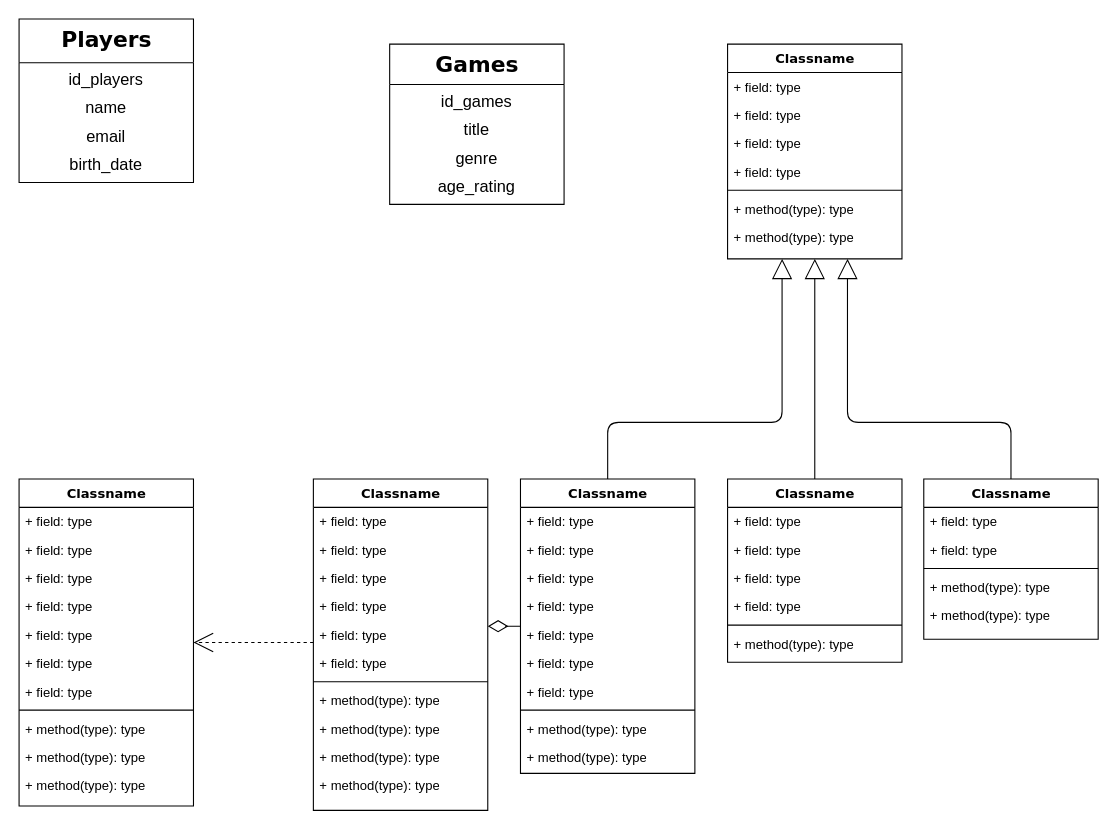
Above: Diagramme sans nom.drawio in dolobe/Gestion-d-un-Espace-de-Gaming (draw.io), before the change. Source tidied: cells renumbered, new cells numbered last; positions are measured from the earlier drawing's top-left corner, leaving out a move shared by most shapes. Both pictures are drawn from the tidied source at 109%, with x=0, y=0 at pixel (19, 19).
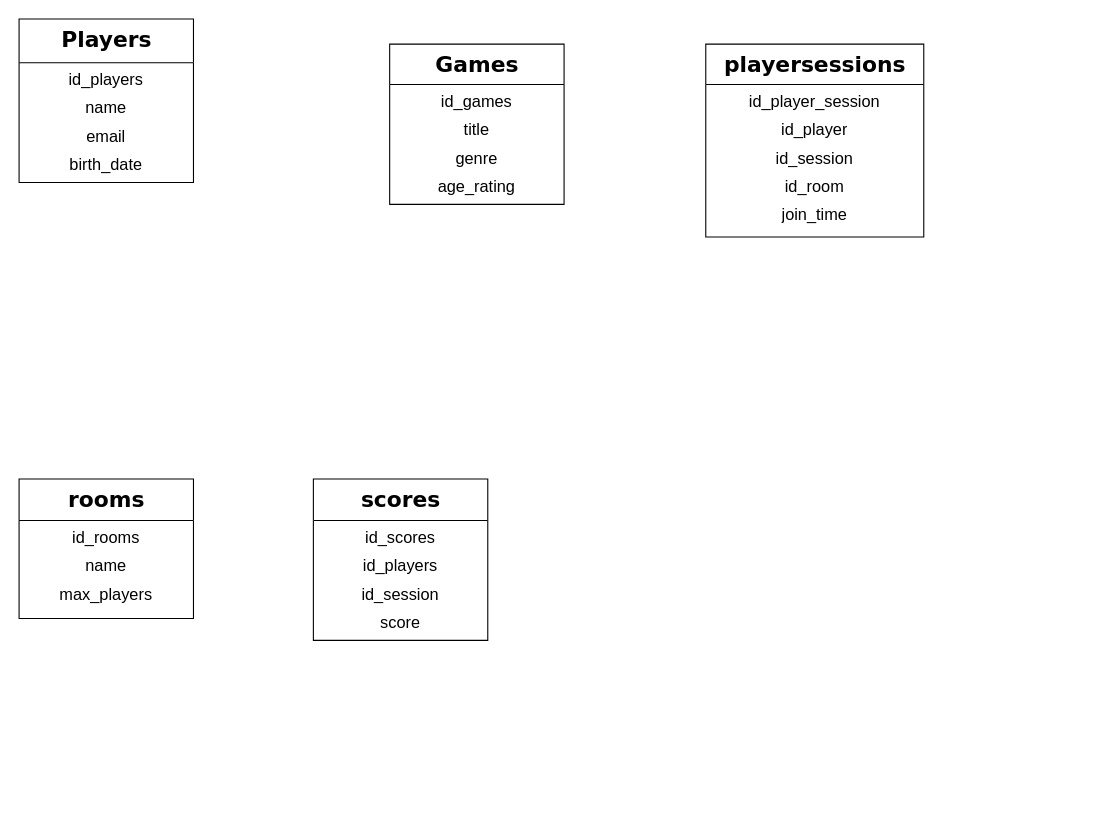
The same page after the edit.

Diff of the diagram source:
```diff
@@
-    <mxCell id="12" value="Classname" style="swimlane;html=1;fontStyle=1;align=center;verticalAlign=top;horizontal=1;startSize=26;swimlaneFillColor=#ffffff;rounded=0;shadow=0;comic=0;labelBackgroundColor=none;strokeWidth=1;fillColor=none;fontFamily=Verdana;fontSize=12;" parent="1" vertex="1">
-      <mxGeometry x="650" y="23" width="160" height="197" as="geometry" />
+    <mxCell id="12" value="&lt;font style=&quot;font-size: 20px;&quot;&gt;playersessions&lt;/font&gt;" style="swimlane;html=1;fontStyle=1;align=center;verticalAlign=top;horizontal=1;startSize=37;swimlaneFillColor=#ffffff;rounded=0;shadow=0;comic=0;labelBackgroundColor=none;strokeWidth=1;fillColor=none;fontFamily=Verdana;fontSize=12;" parent="1" vertex="1">
+      <mxGeometry x="630" y="23" width="200" height="177" as="geometry" />
     </mxCell>
-    <mxCell id="13" value="+ field: type" style="text;html=1;strokeColor=none;fillColor=none;align=left;verticalAlign=top;spacingLeft=4;spacingRight=4;whiteSpace=wrap;overflow=hidden;" parent="12" vertex="1">
-      <mxGeometry y="26" width="160" height="26" as="geometry" />
+    <mxCell id="13" value="&lt;font style=&quot;font-size: 15px;&quot;&gt;id_player_session&lt;/font&gt;" style="text;html=1;strokeColor=none;fillColor=none;align=center;verticalAlign=top;spacingLeft=4;spacingRight=4;whiteSpace=wrap;overflow=hidden;" parent="12" vertex="1">
+      <mxGeometry y="37" width="200" height="26" as="geometry" />
     </mxCell>
-    <mxCell id="14" value="+ field: type" style="text;html=1;strokeColor=none;fillColor=none;align=left;verticalAlign=top;spacingLeft=4;spacingRight=4;whiteSpace=wrap;overflow=hidden;" parent="12" vertex="1">
-      <mxGeometry y="52" width="160" height="26" as="geometry" />
-    </mxCell>
-    <mxCell id="15" value="+ field: type" style="text;html=1;strokeColor=none;fillColor=none;align=left;verticalAlign=top;spacingLeft=4;spacingRight=4;whiteSpace=wrap;overflow=hidden;" parent="12" vertex="1">
-      <mxGeometry y="78" width="160" height="26" as="geometry" />
+    <mxCell id="15" value="&lt;font style=&quot;font-size: 15px;&quot;&gt;id_player&lt;/font&gt;" style="text;html=1;strokeColor=none;fillColor=none;align=center;verticalAlign=top;spacingLeft=4;spacingRight=4;whiteSpace=wrap;overflow=hidden;" parent="12" vertex="1">
+      <mxGeometry y="63" width="200" height="26" as="geometry" />
     </mxCell>
-    <mxCell id="16" value="+ field: type" style="text;html=1;strokeColor=none;fillColor=none;align=left;verticalAlign=top;spacingLeft=4;spacingRight=4;whiteSpace=wrap;overflow=hidden;" parent="12" vertex="1">
-      <mxGeometry y="104" width="160" height="26" as="geometry" />
+    <mxCell id="16" value="&lt;font style=&quot;font-size: 15px;&quot;&gt;id_session&lt;/font&gt;" style="text;html=1;strokeColor=none;fillColor=none;align=center;verticalAlign=top;spacingLeft=4;spacingRight=4;whiteSpace=wrap;overflow=hidden;" parent="12" vertex="1">
+      <mxGeometry y="89" width="200" height="26" as="geometry" />
     </mxCell>
-    <mxCell id="17" style="line;html=1;strokeWidth=1;fillColor=none;align=left;verticalAlign=middle;spacingTop=-1;spacingLeft=3;spacingRight=3;labelPosition=right;" parent="12" vertex="1">
-      <mxGeometry y="130" width="160" height="8" as="geometry" />
-    </mxCell>
-    <mxCell id="18" value="+ method(type): type" style="text;html=1;strokeColor=none;fillColor=none;align=left;verticalAlign=top;spacingLeft=4;spacingRight=4;whiteSpace=wrap;overflow=hidden;" parent="12" vertex="1">
-      <mxGeometry y="138" width="160" height="26" as="geometry" />
-    </mxCell>
-    <mxCell id="19" value="+ method(type): type" style="text;html=1;strokeColor=none;fillColor=none;align=left;verticalAlign=top;spacingLeft=4;spacingRight=4;whiteSpace=wrap;overflow=hidden;" parent="12" vertex="1">
-      <mxGeometry y="164" width="160" height="26" as="geometry" />
+    <mxCell id="19" value="&lt;font style=&quot;font-size: 15px;&quot;&gt;id_room&lt;/font&gt;" style="text;html=1;strokeColor=none;fillColor=none;align=center;verticalAlign=top;spacingLeft=4;spacingRight=4;whiteSpace=wrap;overflow=hidden;" parent="12" vertex="1">
+      <mxGeometry y="115" width="200" height="26" as="geometry" />
     </mxCell>
-    <mxCell id="20" style="edgeStyle=elbowEdgeStyle;html=1;labelBackgroundColor=none;startFill=0;startSize=8;endArrow=open;endFill=0;endSize=16;fontFamily=Verdana;fontSize=12;elbow=vertical;dashed=1;" parent="1" edge="1" source="34" target="21">
-      <mxGeometry relative="1" as="geometry" />
-    </mxCell>
+    <mxCell id="73" value="&lt;font style=&quot;font-size: 15px;&quot;&gt;join_time&lt;/font&gt;" style="text;html=1;strokeColor=none;fillColor=none;align=center;verticalAlign=top;spacingLeft=4;spacingRight=4;whiteSpace=wrap;overflow=hidden;" parent="12" vertex="1">
+      <mxGeometry y="141" width="200" height="26" as="geometry" />
+    </mxCell>
-    <mxCell id="21" value="Classname" style="swimlane;html=1;fontStyle=1;align=center;verticalAlign=top;horizontal=1;startSize=26;swimlaneFillColor=#ffffff;rounded=0;shadow=0;comic=0;labelBackgroundColor=none;strokeWidth=1;fillColor=none;fontFamily=Verdana;fontSize=12;" parent="1" vertex="1">
-      <mxGeometry y="422" width="160" height="300" as="geometry" />
+    <mxCell id="21" value="&lt;font style=&quot;font-size: 20px;&quot;&gt;rooms&lt;/font&gt;" style="swimlane;html=1;fontStyle=1;align=center;verticalAlign=top;horizontal=1;startSize=38;swimlaneFillColor=#ffffff;rounded=0;shadow=0;comic=0;labelBackgroundColor=none;strokeWidth=1;fillColor=none;fontFamily=Verdana;fontSize=12;" parent="1" vertex="1">
+      <mxGeometry y="422" width="160" height="128" as="geometry" />
     </mxCell>
-    <mxCell id="22" value="+ field: type" style="text;html=1;strokeColor=none;fillColor=none;align=left;verticalAlign=top;spacingLeft=4;spacingRight=4;whiteSpace=wrap;overflow=hidden;" parent="21" vertex="1">
-      <mxGeometry y="26" width="160" height="26" as="geometry" />
+    <mxCell id="22" value="&lt;font style=&quot;font-size: 15px;&quot;&gt;id_rooms&lt;/font&gt;" style="text;html=1;strokeColor=none;fillColor=none;align=center;verticalAlign=top;spacingLeft=4;spacingRight=4;whiteSpace=wrap;overflow=hidden;" parent="21" vertex="1">
+      <mxGeometry y="38" width="160" height="26" as="geometry" />
     </mxCell>
-    <mxCell id="23" value="+ field: type" style="text;html=1;strokeColor=none;fillColor=none;align=left;verticalAlign=top;spacingLeft=4;spacingRight=4;whiteSpace=wrap;overflow=hidden;" parent="21" vertex="1">
-      <mxGeometry y="52" width="160" height="26" as="geometry" />
+    <mxCell id="23" value="&lt;font style=&quot;font-size: 15px;&quot;&gt;name&lt;/font&gt;" style="text;html=1;strokeColor=none;fillColor=none;align=center;verticalAlign=top;spacingLeft=4;spacingRight=4;whiteSpace=wrap;overflow=hidden;" parent="21" vertex="1">
+      <mxGeometry y="64" width="160" height="26" as="geometry" />
     </mxCell>
-    <mxCell id="24" value="+ field: type" style="text;html=1;strokeColor=none;fillColor=none;align=left;verticalAlign=top;spacingLeft=4;spacingRight=4;whiteSpace=wrap;overflow=hidden;" parent="21" vertex="1">
-      <mxGeometry y="78" width="160" height="26" as="geometry" />
+    <mxCell id="24" value="&lt;font style=&quot;font-size: 15px;&quot;&gt;max_players&lt;/font&gt;" style="text;html=1;strokeColor=none;fillColor=none;align=center;verticalAlign=top;spacingLeft=4;spacingRight=4;whiteSpace=wrap;overflow=hidden;" parent="21" vertex="1">
+      <mxGeometry y="90" width="160" height="26" as="geometry" />
     </mxCell>
-    <mxCell id="25" value="+ field: type" style="text;html=1;strokeColor=none;fillColor=none;align=left;verticalAlign=top;spacingLeft=4;spacingRight=4;whiteSpace=wrap;overflow=hidden;" parent="21" vertex="1">
-      <mxGeometry y="104" width="160" height="26" as="geometry" />
-    </mxCell>
-    <mxCell id="26" value="+ field: type" style="text;html=1;strokeColor=none;fillColor=none;align=left;verticalAlign=top;spacingLeft=4;spacingRight=4;whiteSpace=wrap;overflow=hidden;" parent="21" vertex="1">
-      <mxGeometry y="130" width="160" height="26" as="geometry" />
-    </mxCell>
-    <mxCell id="27" value="+ field: type" style="text;html=1;strokeColor=none;fillColor=none;align=left;verticalAlign=top;spacingLeft=4;spacingRight=4;whiteSpace=wrap;overflow=hidden;" parent="21" vertex="1">
-      <mxGeometry y="156" width="160" height="26" as="geometry" />
-    </mxCell>
-    <mxCell id="28" value="+ field: type" style="text;html=1;strokeColor=none;fillColor=none;align=left;verticalAlign=top;spacingLeft=4;spacingRight=4;whiteSpace=wrap;overflow=hidden;" parent="21" vertex="1">
-      <mxGeometry y="182" width="160" height="26" as="geometry" />
-    </mxCell>
-    <mxCell id="29" style="line;html=1;strokeWidth=1;fillColor=none;align=left;verticalAlign=middle;spacingTop=-1;spacingLeft=3;spacingRight=3;labelPosition=right;" parent="21" vertex="1">
-      <mxGeometry y="208" width="160" height="8" as="geometry" />
-    </mxCell>
-    <mxCell id="30" value="+ method(type): type" style="text;html=1;strokeColor=none;fillColor=none;align=left;verticalAlign=top;spacingLeft=4;spacingRight=4;whiteSpace=wrap;overflow=hidden;" parent="21" vertex="1">
-      <mxGeometry y="216" width="160" height="26" as="geometry" />
-    </mxCell>
-    <mxCell id="31" value="+ method(type): type" style="text;html=1;strokeColor=none;fillColor=none;align=left;verticalAlign=top;spacingLeft=4;spacingRight=4;whiteSpace=wrap;overflow=hidden;" parent="21" vertex="1">
-      <mxGeometry y="242" width="160" height="26" as="geometry" />
-    </mxCell>
-    <mxCell id="32" value="+ method(type): type" style="text;html=1;strokeColor=none;fillColor=none;align=left;verticalAlign=top;spacingLeft=4;spacingRight=4;whiteSpace=wrap;overflow=hidden;" parent="21" vertex="1">
-      <mxGeometry y="268" width="160" height="26" as="geometry" />
-    </mxCell>
-    <mxCell id="33" style="edgeStyle=elbowEdgeStyle;html=1;labelBackgroundColor=none;startFill=0;startSize=8;endArrow=diamondThin;endFill=0;endSize=16;fontFamily=Verdana;fontSize=12;elbow=vertical;" parent="1" edge="1" source="47" target="34">
-      <mxGeometry relative="1" as="geometry" />
-    </mxCell>
-    <mxCell id="34" value="Classname" style="swimlane;html=1;fontStyle=1;align=center;verticalAlign=top;horizontal=1;startSize=26;swimlaneFillColor=#ffffff;rounded=0;shadow=0;comic=0;labelBackgroundColor=none;strokeWidth=1;fillColor=none;fontFamily=Verdana;fontSize=12;" parent="1" vertex="1">
-      <mxGeometry x="270" y="422" width="160" height="304" as="geometry" />
+    <mxCell id="34" value="&lt;font style=&quot;font-size: 20px;&quot;&gt;scores&lt;/font&gt;" style="swimlane;html=1;fontStyle=1;align=center;verticalAlign=top;horizontal=1;startSize=38;swimlaneFillColor=#ffffff;rounded=0;shadow=0;comic=0;labelBackgroundColor=none;strokeWidth=1;fillColor=none;fontFamily=Verdana;fontSize=12;" parent="1" vertex="1">
+      <mxGeometry x="270" y="422" width="160" height="148" as="geometry" />
     </mxCell>
-    <mxCell id="35" value="+ field: type" style="text;html=1;strokeColor=none;fillColor=none;align=left;verticalAlign=top;spacingLeft=4;spacingRight=4;whiteSpace=wrap;overflow=hidden;" parent="34" vertex="1">
-      <mxGeometry y="26" width="160" height="26" as="geometry" />
+    <mxCell id="35" value="&lt;font style=&quot;font-size: 15px;&quot;&gt;id_scores&lt;/font&gt;" style="text;html=1;strokeColor=none;fillColor=none;align=center;verticalAlign=top;spacingLeft=4;spacingRight=4;whiteSpace=wrap;overflow=hidden;" parent="34" vertex="1">
+      <mxGeometry y="38" width="160" height="26" as="geometry" />
     </mxCell>
-    <mxCell id="36" value="+ field: type" style="text;html=1;strokeColor=none;fillColor=none;align=left;verticalAlign=top;spacingLeft=4;spacingRight=4;whiteSpace=wrap;overflow=hidden;" parent="34" vertex="1">
-      <mxGeometry y="52" width="160" height="26" as="geometry" />
+    <mxCell id="36" value="&lt;font style=&quot;font-size: 15px;&quot;&gt;id_players&lt;/font&gt;" style="text;html=1;strokeColor=none;fillColor=none;align=center;verticalAlign=top;spacingLeft=4;spacingRight=4;whiteSpace=wrap;overflow=hidden;" parent="34" vertex="1">
+      <mxGeometry y="64" width="160" height="26" as="geometry" />
     </mxCell>
-    <mxCell id="37" value="+ field: type" style="text;html=1;strokeColor=none;fillColor=none;align=left;verticalAlign=top;spacingLeft=4;spacingRight=4;whiteSpace=wrap;overflow=hidden;" parent="34" vertex="1">
-      <mxGeometry y="78" width="160" height="26" as="geometry" />
+    <mxCell id="37" value="&lt;font style=&quot;font-size: 15px;&quot;&gt;id_session&lt;/font&gt;" style="text;html=1;strokeColor=none;fillColor=none;align=center;verticalAlign=top;spacingLeft=4;spacingRight=4;whiteSpace=wrap;overflow=hidden;" parent="34" vertex="1">
+      <mxGeometry y="90" width="160" height="26" as="geometry" />
     </mxCell>
-    <mxCell id="38" value="+ field: type" style="text;html=1;strokeColor=none;fillColor=none;align=left;verticalAlign=top;spacingLeft=4;spacingRight=4;whiteSpace=wrap;overflow=hidden;" parent="34" vertex="1">
-      <mxGeometry y="104" width="160" height="26" as="geometry" />
+    <mxCell id="38" value="&lt;font style=&quot;font-size: 15px;&quot;&gt;score&lt;/font&gt;" style="text;html=1;strokeColor=none;fillColor=none;align=center;verticalAlign=top;spacingLeft=4;spacingRight=4;whiteSpace=wrap;overflow=hidden;" parent="34" vertex="1">
+      <mxGeometry y="116" width="160" height="26" as="geometry" />
     </mxCell>
-    <mxCell id="39" value="+ field: type" style="text;html=1;strokeColor=none;fillColor=none;align=left;verticalAlign=top;spacingLeft=4;spacingRight=4;whiteSpace=wrap;overflow=hidden;" parent="34" vertex="1">
-      <mxGeometry y="130" width="160" height="26" as="geometry" />
-    </mxCell>
-    <mxCell id="40" value="+ field: type" style="text;html=1;strokeColor=none;fillColor=none;align=left;verticalAlign=top;spacingLeft=4;spacingRight=4;whiteSpace=wrap;overflow=hidden;" parent="34" vertex="1">
-      <mxGeometry y="156" width="160" height="26" as="geometry" />
-    </mxCell>
-    <mxCell id="41" style="line;html=1;strokeWidth=1;fillColor=none;align=left;verticalAlign=middle;spacingTop=-1;spacingLeft=3;spacingRight=3;labelPosition=right;" parent="34" vertex="1">
-      <mxGeometry y="182" width="160" height="8" as="geometry" />
-    </mxCell>
-    <mxCell id="42" value="+ method(type): type" style="text;html=1;strokeColor=none;fillColor=none;align=left;verticalAlign=top;spacingLeft=4;spacingRight=4;whiteSpace=wrap;overflow=hidden;" parent="34" vertex="1">
-      <mxGeometry y="190" width="160" height="26" as="geometry" />
-    </mxCell>
-    <mxCell id="43" value="+ method(type): type" style="text;html=1;strokeColor=none;fillColor=none;align=left;verticalAlign=top;spacingLeft=4;spacingRight=4;whiteSpace=wrap;overflow=hidden;" parent="34" vertex="1">
-      <mxGeometry y="216" width="160" height="26" as="geometry" />
-    </mxCell>
-    <mxCell id="44" value="+ method(type): type" style="text;html=1;strokeColor=none;fillColor=none;align=left;verticalAlign=top;spacingLeft=4;spacingRight=4;whiteSpace=wrap;overflow=hidden;" parent="34" vertex="1">
-      <mxGeometry y="242" width="160" height="26" as="geometry" />
-    </mxCell>
-    <mxCell id="45" value="+ method(type): type" style="text;html=1;strokeColor=none;fillColor=none;align=left;verticalAlign=top;spacingLeft=4;spacingRight=4;whiteSpace=wrap;overflow=hidden;" parent="34" vertex="1">
-      <mxGeometry y="268" width="160" height="26" as="geometry" />
-    </mxCell>
-    <mxCell id="46" style="edgeStyle=orthogonalEdgeStyle;html=1;labelBackgroundColor=none;startFill=0;startSize=8;endArrow=block;endFill=0;endSize=16;fontFamily=Verdana;fontSize=12;" parent="1" edge="1" source="47" target="12">
-      <mxGeometry relative="1" as="geometry">
-        <Array as="points">
-          <mxPoint x="540" y="370" />
-          <mxPoint x="700" y="370" />
-        </Array>
-      </mxGeometry>
-    </mxCell>
-    <mxCell id="47" value="Classname" style="swimlane;html=1;fontStyle=1;align=center;verticalAlign=top;horizontal=1;startSize=26;swimlaneFillColor=#ffffff;rounded=0;shadow=0;comic=0;labelBackgroundColor=none;strokeWidth=1;fillColor=none;fontFamily=Verdana;fontSize=12;" parent="1" vertex="1">
-      <mxGeometry x="460" y="422" width="160" height="270" as="geometry" />
-    </mxCell>
-    <mxCell id="48" value="+ field: type" style="text;html=1;strokeColor=none;fillColor=none;align=left;verticalAlign=top;spacingLeft=4;spacingRight=4;whiteSpace=wrap;overflow=hidden;" parent="47" vertex="1">
-      <mxGeometry y="26" width="160" height="26" as="geometry" />
-    </mxCell>
-    <mxCell id="49" value="+ field: type" style="text;html=1;strokeColor=none;fillColor=none;align=left;verticalAlign=top;spacingLeft=4;spacingRight=4;whiteSpace=wrap;overflow=hidden;" parent="47" vertex="1">
-      <mxGeometry y="52" width="160" height="26" as="geometry" />
-    </mxCell>
-    <mxCell id="50" value="+ field: type" style="text;html=1;strokeColor=none;fillColor=none;align=left;verticalAlign=top;spacingLeft=4;spacingRight=4;whiteSpace=wrap;overflow=hidden;" parent="47" vertex="1">
-      <mxGeometry y="78" width="160" height="26" as="geometry" />
-    </mxCell>
-    <mxCell id="51" value="+ field: type" style="text;html=1;strokeColor=none;fillColor=none;align=left;verticalAlign=top;spacingLeft=4;spacingRight=4;whiteSpace=wrap;overflow=hidden;" parent="47" vertex="1">
-      <mxGeometry y="104" width="160" height="26" as="geometry" />
-    </mxCell>
-    <mxCell id="52" value="+ field: type" style="text;html=1;strokeColor=none;fillColor=none;align=left;verticalAlign=top;spacingLeft=4;spacingRight=4;whiteSpace=wrap;overflow=hidden;" parent="47" vertex="1">
-      <mxGeometry y="130" width="160" height="26" as="geometry" />
-    </mxCell>
-    <mxCell id="53" value="+ field: type" style="text;html=1;strokeColor=none;fillColor=none;align=left;verticalAlign=top;spacingLeft=4;spacingRight=4;whiteSpace=wrap;overflow=hidden;" parent="47" vertex="1">
-      <mxGeometry y="156" width="160" height="26" as="geometry" />
-    </mxCell>
-    <mxCell id="54" value="+ field: type" style="text;html=1;strokeColor=none;fillColor=none;align=left;verticalAlign=top;spacingLeft=4;spacingRight=4;whiteSpace=wrap;overflow=hidden;" parent="47" vertex="1">
-      <mxGeometry y="182" width="160" height="26" as="geometry" />
-    </mxCell>
-    <mxCell id="55" style="line;html=1;strokeWidth=1;fillColor=none;align=left;verticalAlign=middle;spacingTop=-1;spacingLeft=3;spacingRight=3;labelPosition=right;" parent="47" vertex="1">
-      <mxGeometry y="208" width="160" height="8" as="geometry" />
-    </mxCell>
-    <mxCell id="56" value="+ method(type): type" style="text;html=1;strokeColor=none;fillColor=none;align=left;verticalAlign=top;spacingLeft=4;spacingRight=4;whiteSpace=wrap;overflow=hidden;" parent="47" vertex="1">
-      <mxGeometry y="216" width="160" height="26" as="geometry" />
-    </mxCell>
-    <mxCell id="57" value="+ method(type): type" style="text;html=1;strokeColor=none;fillColor=none;align=left;verticalAlign=top;spacingLeft=4;spacingRight=4;whiteSpace=wrap;overflow=hidden;" parent="47" vertex="1">
-      <mxGeometry y="242" width="160" height="26" as="geometry" />
-    </mxCell>
-    <mxCell id="58" style="edgeStyle=orthogonalEdgeStyle;html=1;labelBackgroundColor=none;startFill=0;startSize=8;endArrow=block;endFill=0;endSize=16;fontFamily=Verdana;fontSize=12;" parent="1" edge="1" source="59" target="12">
-      <mxGeometry relative="1" as="geometry" />
-    </mxCell>
-    <mxCell id="59" value="Classname" style="swimlane;html=1;fontStyle=1;align=center;verticalAlign=top;horizontal=1;startSize=26;swimlaneFillColor=#ffffff;rounded=0;shadow=0;comic=0;labelBackgroundColor=none;strokeWidth=1;fillColor=none;fontFamily=Verdana;fontSize=12;" parent="1" vertex="1">
-      <mxGeometry x="650" y="422" width="160" height="168" as="geometry" />
-    </mxCell>
-    <mxCell id="60" value="+ field: type" style="text;html=1;strokeColor=none;fillColor=none;align=left;verticalAlign=top;spacingLeft=4;spacingRight=4;whiteSpace=wrap;overflow=hidden;" parent="59" vertex="1">
-      <mxGeometry y="26" width="160" height="26" as="geometry" />
-    </mxCell>
-    <mxCell id="61" value="+ field: type" style="text;html=1;strokeColor=none;fillColor=none;align=left;verticalAlign=top;spacingLeft=4;spacingRight=4;whiteSpace=wrap;overflow=hidden;" parent="59" vertex="1">
-      <mxGeometry y="52" width="160" height="26" as="geometry" />
-    </mxCell>
-    <mxCell id="62" value="+ field: type" style="text;html=1;strokeColor=none;fillColor=none;align=left;verticalAlign=top;spacingLeft=4;spacingRight=4;whiteSpace=wrap;overflow=hidden;" parent="59" vertex="1">
-      <mxGeometry y="78" width="160" height="26" as="geometry" />
-    </mxCell>
-    <mxCell id="63" value="+ field: type" style="text;html=1;strokeColor=none;fillColor=none;align=left;verticalAlign=top;spacingLeft=4;spacingRight=4;whiteSpace=wrap;overflow=hidden;" parent="59" vertex="1">
-      <mxGeometry y="104" width="160" height="26" as="geometry" />
-    </mxCell>
-    <mxCell id="64" style="line;html=1;strokeWidth=1;fillColor=none;align=left;verticalAlign=middle;spacingTop=-1;spacingLeft=3;spacingRight=3;labelPosition=right;" parent="59" vertex="1">
-      <mxGeometry y="130" width="160" height="8" as="geometry" />
-    </mxCell>
-    <mxCell id="65" value="+ method(type): type" style="text;html=1;strokeColor=none;fillColor=none;align=left;verticalAlign=top;spacingLeft=4;spacingRight=4;whiteSpace=wrap;overflow=hidden;" parent="59" vertex="1">
-      <mxGeometry y="138" width="160" height="26" as="geometry" />
-    </mxCell>
-    <mxCell id="66" style="edgeStyle=orthogonalEdgeStyle;html=1;labelBackgroundColor=none;startFill=0;startSize=8;endArrow=block;endFill=0;endSize=16;fontFamily=Verdana;fontSize=12;" parent="1" edge="1" source="67" target="12">
-      <mxGeometry relative="1" as="geometry">
-        <Array as="points">
-          <mxPoint x="910" y="370" />
-          <mxPoint x="760" y="370" />
-        </Array>
-      </mxGeometry>
-    </mxCell>
-    <mxCell id="67" value="Classname" style="swimlane;html=1;fontStyle=1;align=center;verticalAlign=top;horizontal=1;startSize=26;swimlaneFillColor=#ffffff;rounded=0;shadow=0;comic=0;labelBackgroundColor=none;strokeWidth=1;fillColor=none;fontFamily=Verdana;fontSize=12;" parent="1" vertex="1">
-      <mxGeometry x="830" y="422" width="160" height="147" as="geometry" />
-    </mxCell>
-    <mxCell id="68" value="+ field: type" style="text;html=1;strokeColor=none;fillColor=none;align=left;verticalAlign=top;spacingLeft=4;spacingRight=4;whiteSpace=wrap;overflow=hidden;" parent="67" vertex="1">
-      <mxGeometry y="26" width="160" height="26" as="geometry" />
-    </mxCell>
-    <mxCell id="69" value="+ field: type" style="text;html=1;strokeColor=none;fillColor=none;align=left;verticalAlign=top;spacingLeft=4;spacingRight=4;whiteSpace=wrap;overflow=hidden;" parent="67" vertex="1">
-      <mxGeometry y="52" width="160" height="26" as="geometry" />
-    </mxCell>
-    <mxCell id="70" style="line;html=1;strokeWidth=1;fillColor=none;align=left;verticalAlign=middle;spacingTop=-1;spacingLeft=3;spacingRight=3;labelPosition=right;" parent="67" vertex="1">
-      <mxGeometry y="78" width="160" height="8" as="geometry" />
-    </mxCell>
-    <mxCell id="71" value="+ method(type): type" style="text;html=1;strokeColor=none;fillColor=none;align=left;verticalAlign=top;spacingLeft=4;spacingRight=4;whiteSpace=wrap;overflow=hidden;" parent="67" vertex="1">
-      <mxGeometry y="86" width="160" height="26" as="geometry" />
-    </mxCell>
-    <mxCell id="72" value="+ method(type): type" style="text;html=1;strokeColor=none;fillColor=none;align=left;verticalAlign=top;spacingLeft=4;spacingRight=4;whiteSpace=wrap;overflow=hidden;" parent="67" vertex="1">
-      <mxGeometry y="112" width="160" height="26" as="geometry" />
-    </mxCell>
```
